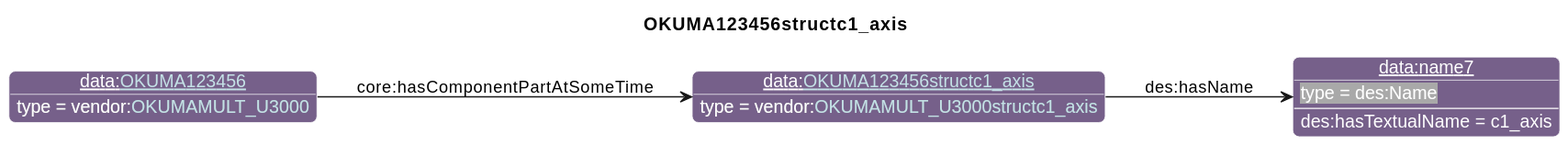
Above: diagrams/OKUMA123456structc1_axis.svg in iofoundry/example-syseng-mtconnect (PlantUML), before the change.
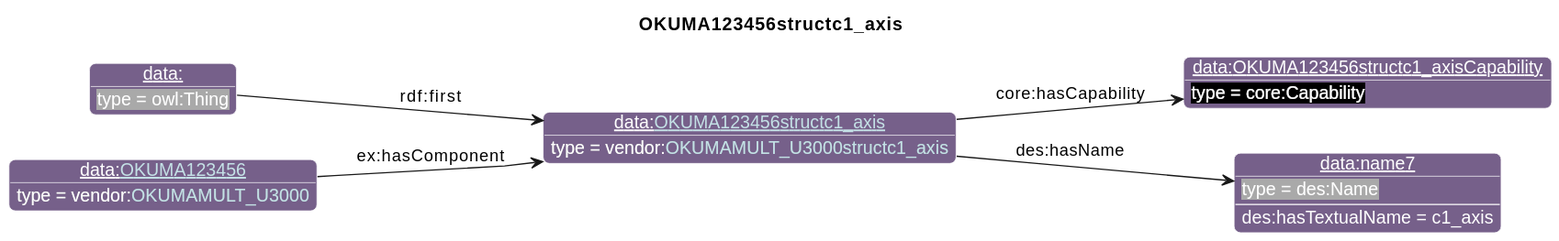
Later version of the same file.

What changed in the source:
```diff
@@ -26,9 +26,13 @@
                       "qp":"641B2E"
       }
 individual(o0, data:[[./OKUMA123456structc1_axis.html OKUMA123456structc1_axis]], vendor:[[../OKUMA.html#OKUMAMULT_U3000structc1_axis OKUMAMULT_U3000structc1_axis]])
-individual(o1, data:name7, des:Name)
-individual(o2, data:[[./OKUMA123456.html OKUMA123456]], vendor:[[../OKUMA.html#OKUMAMULT_U3000 OKUMAMULT_U3000]])
-property(o0, "des:hasName", o1)
-data(o1, "des:hasTextualName", "c1_axis")
-property(o2, "core:hasComponentPartAtSomeTime", o0)
+individual(o1, data:OKUMA123456structc1_axisCapability, core:Capability)
+individual(o2, data:name7, des:Name)
+individual(o3, data:, owl:Thing)
+individual(o4, data:[[./OKUMA123456.html OKUMA123456]], vendor:[[../OKUMA.html#OKUMAMULT_U3000 OKUMAMULT_U3000]])
+property(o0, "core:hasCapability", o1)
+property(o0, "des:hasName", o2)
+data(o2, "des:hasTextualName", "c1_axis")
+property(o3, "rdf:first", o0)
+property(o4, "ex:hasComponent", o0)
 @enduml
```
